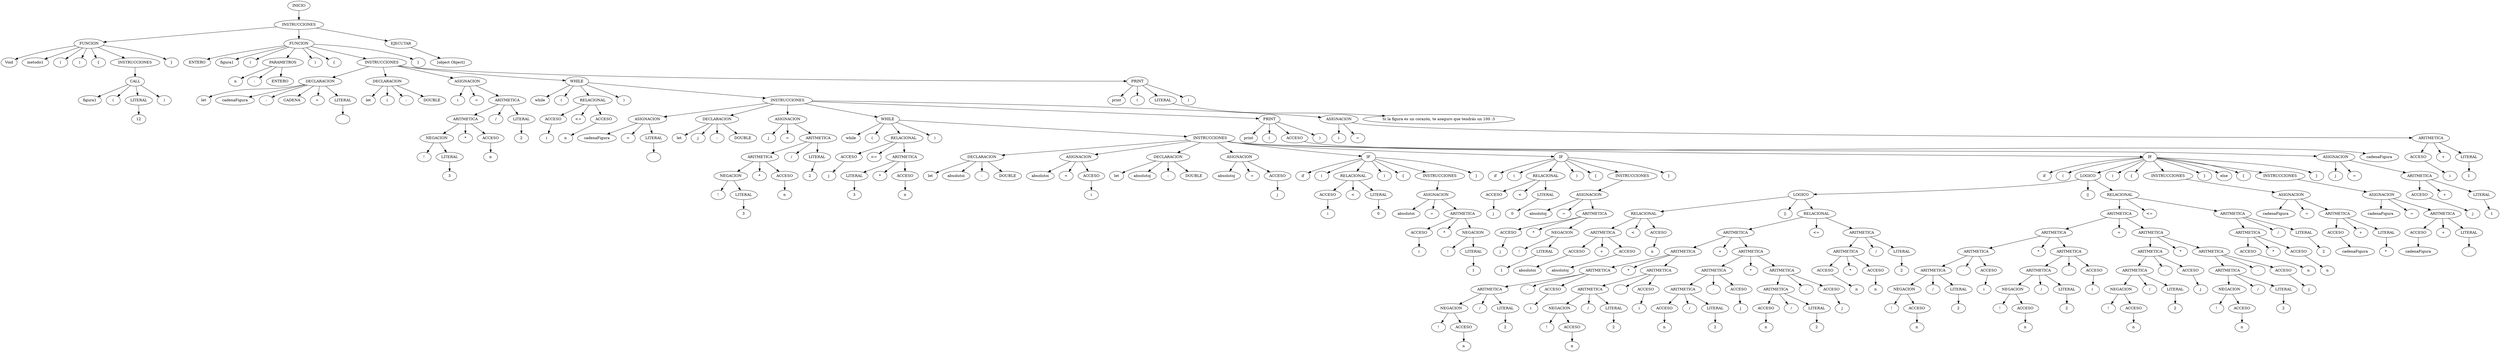
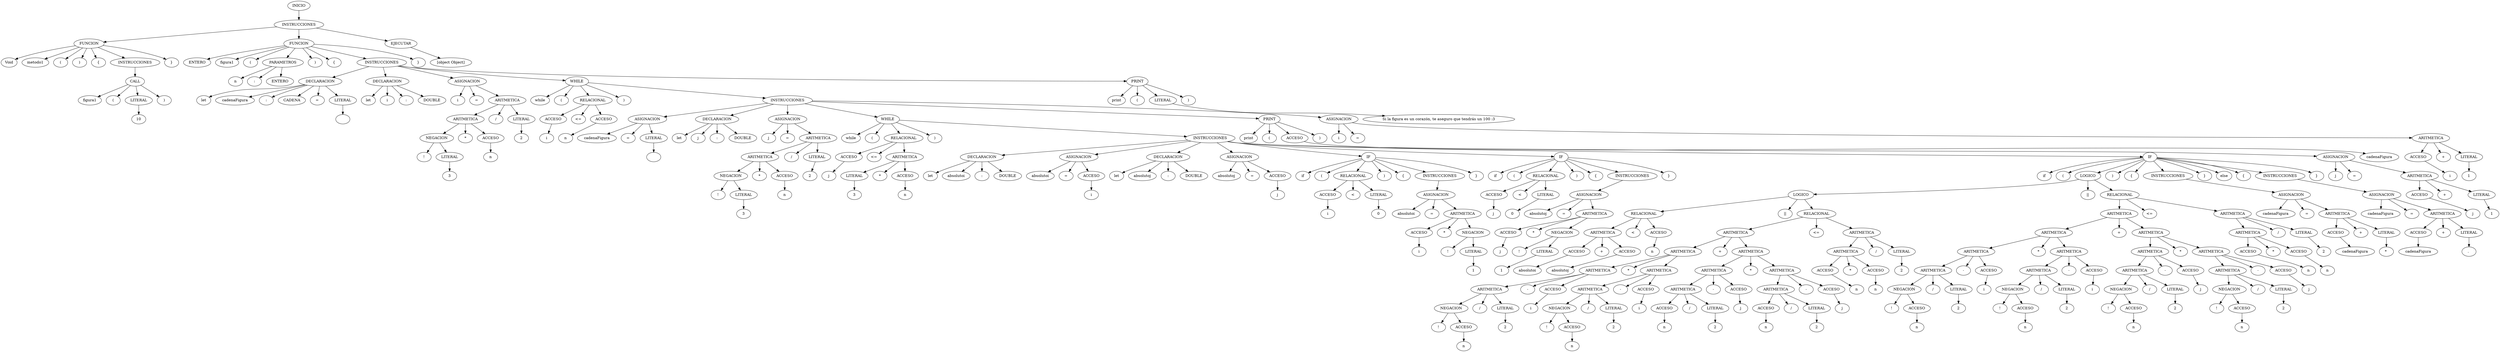
digraph arbolAST{
    n0[label="INICIO"];
    n1[label="INSTRUCCIONES"];
    n0 -> n1;
n2[label="FUNCION"];
    n1 -> n2;
n3[label="Void"];
    n2 -> n3;
n4[label="metodo1"];
    n2 -> n4;
n5[label="("];
    n2 -> n5;
n6[label=")"];
    n2 -> n6;
n7[label="{"];
    n2 -> n7;
n8[label="INSTRUCCIONES"];
    n2 -> n8;
n9[label="CALL"];
    n8 -> n9;
n10[label="figura1"];
    n9 -> n10;
n11[label="("];
    n9 -> n11;
n12[label="LITERAL"];
    n9 -> n12;
- n13[label="12"];
+ n13[label="10"];
    n12 -> n13;
n14[label=")"];
    n9 -> n14;
n15[label="}"];
    n2 -> n15;
n16[label="FUNCION"];
    n1 -> n16;
n17[label="ENTERO"];
    n16 -> n17;
n18[label="figura1"];
    n16 -> n18;
n19[label="("];
    n16 -> n19;
n20[label="PARAMETROS"];
    n16 -> n20;
n21[label="n"];
    n20 -> n21;
n22[label=":"];
    n20 -> n22;
n23[label="ENTERO"];
    n20 -> n23;
n24[label=")"];
    n16 -> n24;
n25[label="{"];
    n16 -> n25;
n26[label="INSTRUCCIONES"];
    n16 -> n26;
n27[label="DECLARACION"];
    n26 -> n27;
n28[label="let"];
    n27 -> n28;
n29[label="cadenaFigura"];
    n27 -> n29;
n30[label=":"];
    n27 -> n30;
n31[label="CADENA"];
    n27 -> n31;
n32[label="="];
    n27 -> n32;
n33[label="LITERAL"];
    n27 -> n33;
n34[label=""];
    n33 -> n34;
n35[label="DECLARACION"];
    n26 -> n35;
n36[label="let"];
    n35 -> n36;
n37[label="i"];
    n35 -> n37;
n38[label=":"];
    n35 -> n38;
n39[label="DOUBLE"];
    n35 -> n39;
n40[label="ASIGNACION"];
    n26 -> n40;
n41[label="i"];
    n40 -> n41;
n42[label="="];
    n40 -> n42;
n43[label="ARITMETICA"];
    n40 -> n43;
n44[label="ARITMETICA"];
    n43 -> n44;
n45[label="NEGACION"];
    n44 -> n45;
n46[label="!"];
    n45 -> n46;
n47[label="LITERAL"];
    n45 -> n47;
n48[label="3"];
    n47 -> n48;
n49[label="*"];
    n44 -> n49;
n50[label="ACCESO"];
    n44 -> n50;
n51[label="n"];
    n50 -> n51;
n52[label="/"];
    n43 -> n52;
n53[label="LITERAL"];
    n43 -> n53;
n54[label="2"];
    n53 -> n54;
n55[label="WHILE"];
    n26 -> n55;
n56[label="while"];
    n55 -> n56;
n57[label="("];
    n55 -> n57;
n58[label="RELACIONAL"];
    n55 -> n58;
n59[label="ACCESO"];
    n58 -> n59;
n60[label="i"];
    n59 -> n60;
n61[label="<="];
    n58 -> n61;
n62[label="ACCESO"];
    n58 -> n62;
n63[label="n"];
    n62 -> n63;
n64[label=")"];
    n55 -> n64;
n65[label="INSTRUCCIONES"];
    n55 -> n65;
n66[label="ASIGNACION"];
    n65 -> n66;
n67[label="cadenaFigura"];
    n66 -> n67;
n68[label="="];
    n66 -> n68;
n69[label="LITERAL"];
    n66 -> n69;
n70[label=""];
    n69 -> n70;
n71[label="DECLARACION"];
    n65 -> n71;
n72[label="let"];
    n71 -> n72;
n73[label="j"];
    n71 -> n73;
n74[label=":"];
    n71 -> n74;
n75[label="DOUBLE"];
    n71 -> n75;
n76[label="ASIGNACION"];
    n65 -> n76;
n77[label="j"];
    n76 -> n77;
n78[label="="];
    n76 -> n78;
n79[label="ARITMETICA"];
    n76 -> n79;
n80[label="ARITMETICA"];
    n79 -> n80;
n81[label="NEGACION"];
    n80 -> n81;
n82[label="!"];
    n81 -> n82;
n83[label="LITERAL"];
    n81 -> n83;
n84[label="3"];
    n83 -> n84;
n85[label="*"];
    n80 -> n85;
n86[label="ACCESO"];
    n80 -> n86;
n87[label="n"];
    n86 -> n87;
n88[label="/"];
    n79 -> n88;
n89[label="LITERAL"];
    n79 -> n89;
n90[label="2"];
    n89 -> n90;
n91[label="WHILE"];
    n65 -> n91;
n92[label="while"];
    n91 -> n92;
n93[label="("];
    n91 -> n93;
n94[label="RELACIONAL"];
    n91 -> n94;
n95[label="ACCESO"];
    n94 -> n95;
n96[label="j"];
    n95 -> n96;
n97[label="<="];
    n94 -> n97;
n98[label="ARITMETICA"];
    n94 -> n98;
n99[label="LITERAL"];
    n98 -> n99;
n100[label="3"];
    n99 -> n100;
n101[label="*"];
    n98 -> n101;
n102[label="ACCESO"];
    n98 -> n102;
n103[label="n"];
    n102 -> n103;
n104[label=")"];
    n91 -> n104;
n105[label="INSTRUCCIONES"];
    n91 -> n105;
n106[label="DECLARACION"];
    n105 -> n106;
n107[label="let"];
    n106 -> n107;
n108[label="absolutoi"];
    n106 -> n108;
n109[label=":"];
    n106 -> n109;
n110[label="DOUBLE"];
    n106 -> n110;
n111[label="ASIGNACION"];
    n105 -> n111;
n112[label="absolutoi"];
    n111 -> n112;
n113[label="="];
    n111 -> n113;
n114[label="ACCESO"];
    n111 -> n114;
n115[label="i"];
    n114 -> n115;
n116[label="DECLARACION"];
    n105 -> n116;
n117[label="let"];
    n116 -> n117;
n118[label="absolutoj"];
    n116 -> n118;
n119[label=":"];
    n116 -> n119;
n120[label="DOUBLE"];
    n116 -> n120;
n121[label="ASIGNACION"];
    n105 -> n121;
n122[label="absolutoj"];
    n121 -> n122;
n123[label="="];
    n121 -> n123;
n124[label="ACCESO"];
    n121 -> n124;
n125[label="j"];
    n124 -> n125;
n126[label="IF"];
    n105 -> n126;
n127[label="if"];
    n126 -> n127;
n128[label="("];
    n126 -> n128;
n129[label="RELACIONAL"];
    n126 -> n129;
n130[label="ACCESO"];
    n129 -> n130;
n131[label="i"];
    n130 -> n131;
n132[label="<"];
    n129 -> n132;
n133[label="LITERAL"];
    n129 -> n133;
n134[label="0"];
    n133 -> n134;
n135[label=")"];
    n126 -> n135;
n136[label="{"];
    n126 -> n136;
n137[label="INSTRUCCIONES"];
    n126 -> n137;
n138[label="ASIGNACION"];
    n137 -> n138;
n139[label="absolutoi"];
    n138 -> n139;
n140[label="="];
    n138 -> n140;
n141[label="ARITMETICA"];
    n138 -> n141;
n142[label="ACCESO"];
    n141 -> n142;
n143[label="i"];
    n142 -> n143;
n144[label="*"];
    n141 -> n144;
n145[label="NEGACION"];
    n141 -> n145;
n146[label="!"];
    n145 -> n146;
n147[label="LITERAL"];
    n145 -> n147;
n148[label="1"];
    n147 -> n148;
n149[label="}"];
    n126 -> n149;
n150[label="IF"];
    n105 -> n150;
n151[label="if"];
    n150 -> n151;
n152[label="("];
    n150 -> n152;
n153[label="RELACIONAL"];
    n150 -> n153;
n154[label="ACCESO"];
    n153 -> n154;
n155[label="j"];
    n154 -> n155;
n156[label="<"];
    n153 -> n156;
n157[label="LITERAL"];
    n153 -> n157;
n158[label="0"];
    n157 -> n158;
n159[label=")"];
    n150 -> n159;
n160[label="{"];
    n150 -> n160;
n161[label="INSTRUCCIONES"];
    n150 -> n161;
n162[label="ASIGNACION"];
    n161 -> n162;
n163[label="absolutoj"];
    n162 -> n163;
n164[label="="];
    n162 -> n164;
n165[label="ARITMETICA"];
    n162 -> n165;
n166[label="ACCESO"];
    n165 -> n166;
n167[label="j"];
    n166 -> n167;
n168[label="*"];
    n165 -> n168;
n169[label="NEGACION"];
    n165 -> n169;
n170[label="!"];
    n169 -> n170;
n171[label="LITERAL"];
    n169 -> n171;
n172[label="1"];
    n171 -> n172;
n173[label="}"];
    n150 -> n173;
n174[label="IF"];
    n105 -> n174;
n175[label="if"];
    n174 -> n175;
n176[label="("];
    n174 -> n176;
n177[label="LOGICO"];
    n174 -> n177;
n178[label="LOGICO"];
    n177 -> n178;
n179[label="RELACIONAL"];
    n178 -> n179;
n180[label="ARITMETICA"];
    n179 -> n180;
n181[label="ACCESO"];
    n180 -> n181;
n182[label="absolutoi"];
    n181 -> n182;
n183[label="+"];
    n180 -> n183;
n184[label="ACCESO"];
    n180 -> n184;
n185[label="absolutoj"];
    n184 -> n185;
n186[label="<"];
    n179 -> n186;
n187[label="ACCESO"];
    n179 -> n187;
n188[label="n"];
    n187 -> n188;
n189[label="||"];
    n178 -> n189;
n190[label="RELACIONAL"];
    n178 -> n190;
n191[label="ARITMETICA"];
    n190 -> n191;
n192[label="ARITMETICA"];
    n191 -> n192;
n193[label="ARITMETICA"];
    n192 -> n193;
n194[label="ARITMETICA"];
    n193 -> n194;
n195[label="NEGACION"];
    n194 -> n195;
n196[label="!"];
    n195 -> n196;
n197[label="ACCESO"];
    n195 -> n197;
n198[label="n"];
    n197 -> n198;
n199[label="/"];
    n194 -> n199;
n200[label="LITERAL"];
    n194 -> n200;
n201[label="2"];
    n200 -> n201;
n202[label="-"];
    n193 -> n202;
n203[label="ACCESO"];
    n193 -> n203;
n204[label="i"];
    n203 -> n204;
n205[label="*"];
    n192 -> n205;
n206[label="ARITMETICA"];
    n192 -> n206;
n207[label="ARITMETICA"];
    n206 -> n207;
n208[label="NEGACION"];
    n207 -> n208;
n209[label="!"];
    n208 -> n209;
n210[label="ACCESO"];
    n208 -> n210;
n211[label="n"];
    n210 -> n211;
n212[label="/"];
    n207 -> n212;
n213[label="LITERAL"];
    n207 -> n213;
n214[label="2"];
    n213 -> n214;
n215[label="-"];
    n206 -> n215;
n216[label="ACCESO"];
    n206 -> n216;
n217[label="i"];
    n216 -> n217;
n218[label="+"];
    n191 -> n218;
n219[label="ARITMETICA"];
    n191 -> n219;
n220[label="ARITMETICA"];
    n219 -> n220;
n221[label="ARITMETICA"];
    n220 -> n221;
n222[label="ACCESO"];
    n221 -> n222;
n223[label="n"];
    n222 -> n223;
n224[label="/"];
    n221 -> n224;
n225[label="LITERAL"];
    n221 -> n225;
n226[label="2"];
    n225 -> n226;
n227[label="-"];
    n220 -> n227;
n228[label="ACCESO"];
    n220 -> n228;
n229[label="j"];
    n228 -> n229;
n230[label="*"];
    n219 -> n230;
n231[label="ARITMETICA"];
    n219 -> n231;
n232[label="ARITMETICA"];
    n231 -> n232;
n233[label="ACCESO"];
    n232 -> n233;
n234[label="n"];
    n233 -> n234;
n235[label="/"];
    n232 -> n235;
n236[label="LITERAL"];
    n232 -> n236;
n237[label="2"];
    n236 -> n237;
n238[label="-"];
    n231 -> n238;
n239[label="ACCESO"];
    n231 -> n239;
n240[label="j"];
    n239 -> n240;
n241[label="<="];
    n190 -> n241;
n242[label="ARITMETICA"];
    n190 -> n242;
n243[label="ARITMETICA"];
    n242 -> n243;
n244[label="ACCESO"];
    n243 -> n244;
n245[label="n"];
    n244 -> n245;
n246[label="*"];
    n243 -> n246;
n247[label="ACCESO"];
    n243 -> n247;
n248[label="n"];
    n247 -> n248;
n249[label="/"];
    n242 -> n249;
n250[label="LITERAL"];
    n242 -> n250;
n251[label="2"];
    n250 -> n251;
n252[label="||"];
    n177 -> n252;
n253[label="RELACIONAL"];
    n177 -> n253;
n254[label="ARITMETICA"];
    n253 -> n254;
n255[label="ARITMETICA"];
    n254 -> n255;
n256[label="ARITMETICA"];
    n255 -> n256;
n257[label="ARITMETICA"];
    n256 -> n257;
n258[label="NEGACION"];
    n257 -> n258;
n259[label="!"];
    n258 -> n259;
n260[label="ACCESO"];
    n258 -> n260;
n261[label="n"];
    n260 -> n261;
n262[label="/"];
    n257 -> n262;
n263[label="LITERAL"];
    n257 -> n263;
n264[label="2"];
    n263 -> n264;
n265[label="-"];
    n256 -> n265;
n266[label="ACCESO"];
    n256 -> n266;
n267[label="i"];
    n266 -> n267;
n268[label="*"];
    n255 -> n268;
n269[label="ARITMETICA"];
    n255 -> n269;
n270[label="ARITMETICA"];
    n269 -> n270;
n271[label="NEGACION"];
    n270 -> n271;
n272[label="!"];
    n271 -> n272;
n273[label="ACCESO"];
    n271 -> n273;
n274[label="n"];
    n273 -> n274;
n275[label="/"];
    n270 -> n275;
n276[label="LITERAL"];
    n270 -> n276;
n277[label="2"];
    n276 -> n277;
n278[label="-"];
    n269 -> n278;
n279[label="ACCESO"];
    n269 -> n279;
n280[label="i"];
    n279 -> n280;
n281[label="+"];
    n254 -> n281;
n282[label="ARITMETICA"];
    n254 -> n282;
n283[label="ARITMETICA"];
    n282 -> n283;
n284[label="ARITMETICA"];
    n283 -> n284;
n285[label="NEGACION"];
    n284 -> n285;
n286[label="!"];
    n285 -> n286;
n287[label="ACCESO"];
    n285 -> n287;
n288[label="n"];
    n287 -> n288;
n289[label="/"];
    n284 -> n289;
n290[label="LITERAL"];
    n284 -> n290;
n291[label="2"];
    n290 -> n291;
n292[label="-"];
    n283 -> n292;
n293[label="ACCESO"];
    n283 -> n293;
n294[label="j"];
    n293 -> n294;
n295[label="*"];
    n282 -> n295;
n296[label="ARITMETICA"];
    n282 -> n296;
n297[label="ARITMETICA"];
    n296 -> n297;
n298[label="NEGACION"];
    n297 -> n298;
n299[label="!"];
    n298 -> n299;
n300[label="ACCESO"];
    n298 -> n300;
n301[label="n"];
    n300 -> n301;
n302[label="/"];
    n297 -> n302;
n303[label="LITERAL"];
    n297 -> n303;
n304[label="2"];
    n303 -> n304;
n305[label="-"];
    n296 -> n305;
n306[label="ACCESO"];
    n296 -> n306;
n307[label="j"];
    n306 -> n307;
n308[label="<="];
    n253 -> n308;
n309[label="ARITMETICA"];
    n253 -> n309;
n310[label="ARITMETICA"];
    n309 -> n310;
n311[label="ACCESO"];
    n310 -> n311;
n312[label="n"];
    n311 -> n312;
n313[label="*"];
    n310 -> n313;
n314[label="ACCESO"];
    n310 -> n314;
n315[label="n"];
    n314 -> n315;
n316[label="/"];
    n309 -> n316;
n317[label="LITERAL"];
    n309 -> n317;
n318[label="2"];
    n317 -> n318;
n319[label=")"];
    n174 -> n319;
n320[label="{"];
    n174 -> n320;
n321[label="INSTRUCCIONES"];
    n174 -> n321;
n322[label="ASIGNACION"];
    n321 -> n322;
n323[label="cadenaFigura"];
    n322 -> n323;
n324[label="="];
    n322 -> n324;
n325[label="ARITMETICA"];
    n322 -> n325;
n326[label="ACCESO"];
    n325 -> n326;
n327[label="cadenaFigura"];
    n326 -> n327;
n328[label="+"];
    n325 -> n328;
n329[label="LITERAL"];
    n325 -> n329;
n330[label="* "];
    n329 -> n330;
n331[label="}"];
    n174 -> n331;
n332[label="else"];
    n174 -> n332;
n333[label="{"];
    n174 -> n333;
n334[label="INSTRUCCIONES"];
    n174 -> n334;
n335[label="ASIGNACION"];
    n334 -> n335;
n336[label="cadenaFigura"];
    n335 -> n336;
n337[label="="];
    n335 -> n337;
n338[label="ARITMETICA"];
    n335 -> n338;
n339[label="ACCESO"];
    n338 -> n339;
n340[label="cadenaFigura"];
    n339 -> n340;
n341[label="+"];
    n338 -> n341;
n342[label="LITERAL"];
    n338 -> n342;
n343[label=". "];
    n342 -> n343;
n344[label="}"];
    n174 -> n344;
n345[label="ASIGNACION"];
    n105 -> n345;
n346[label="j"];
    n345 -> n346;
n347[label="="];
    n345 -> n347;
n348[label="ARITMETICA"];
    n345 -> n348;
n349[label="ACCESO"];
    n348 -> n349;
n350[label="j"];
    n349 -> n350;
n351[label="+"];
    n348 -> n351;
n352[label="LITERAL"];
    n348 -> n352;
n353[label="1"];
    n352 -> n353;
n354[label="PRINT"];
    n65 -> n354;
n355[label="print"];
    n354 -> n355;
n356[label="("];
    n354 -> n356;
n357[label="ACCESO"];
    n354 -> n357;
n358[label="cadenaFigura"];
    n357 -> n358;
n359[label=")"];
    n354 -> n359;
n360[label="ASIGNACION"];
    n65 -> n360;
n361[label="i"];
    n360 -> n361;
n362[label="="];
    n360 -> n362;
n363[label="ARITMETICA"];
    n360 -> n363;
n364[label="ACCESO"];
    n363 -> n364;
n365[label="i"];
    n364 -> n365;
n366[label="+"];
    n363 -> n366;
n367[label="LITERAL"];
    n363 -> n367;
n368[label="1"];
    n367 -> n368;
n369[label="PRINT"];
    n26 -> n369;
n370[label="print"];
    n369 -> n370;
n371[label="("];
    n369 -> n371;
n372[label="LITERAL"];
    n369 -> n372;
n373[label="Si la figura es un corazón, te aseguro que tendrás un 100 :3"];
    n372 -> n373;
n374[label=")"];
    n369 -> n374;
n375[label="}"];
    n16 -> n375;
n376[label="EJECUTAR"];
    n1 -> n376;
n377[label="[object Object]"];
    n376 -> n377;

  }